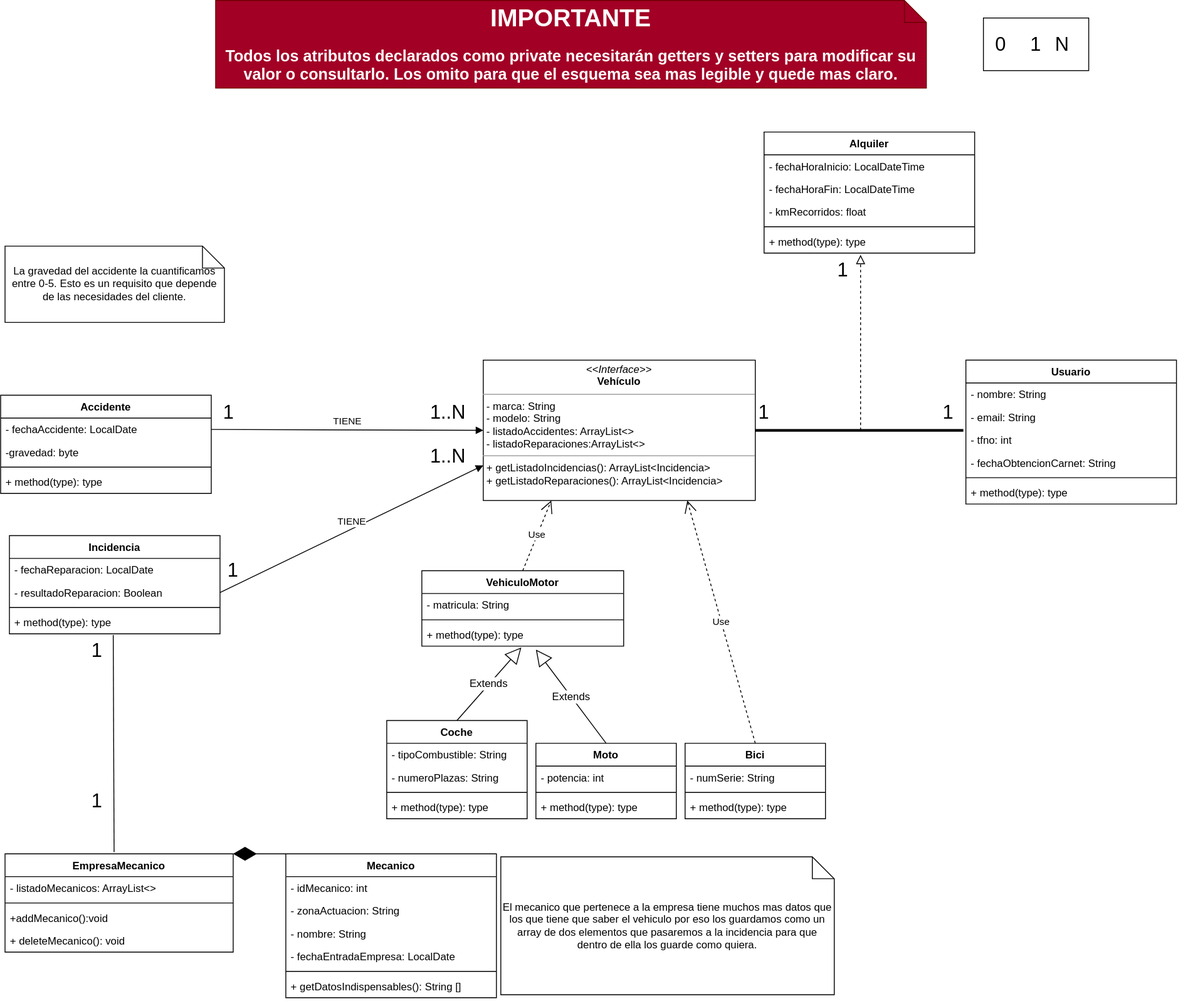
MateoCarballo/Contornos keeps this draw.io diagram as 02_Segundo Trimestre/Examen-Tercer_Trimestre/Ejercicio_01/Diagramas UML/UML-Ejercicio1-Parte1.drawio.svg. Above is the earlier version. Source tidied: cells renumbered, new cells last; positions are measured from the earlier drawing's top-left corner, leaving out a move shared by most shapes.
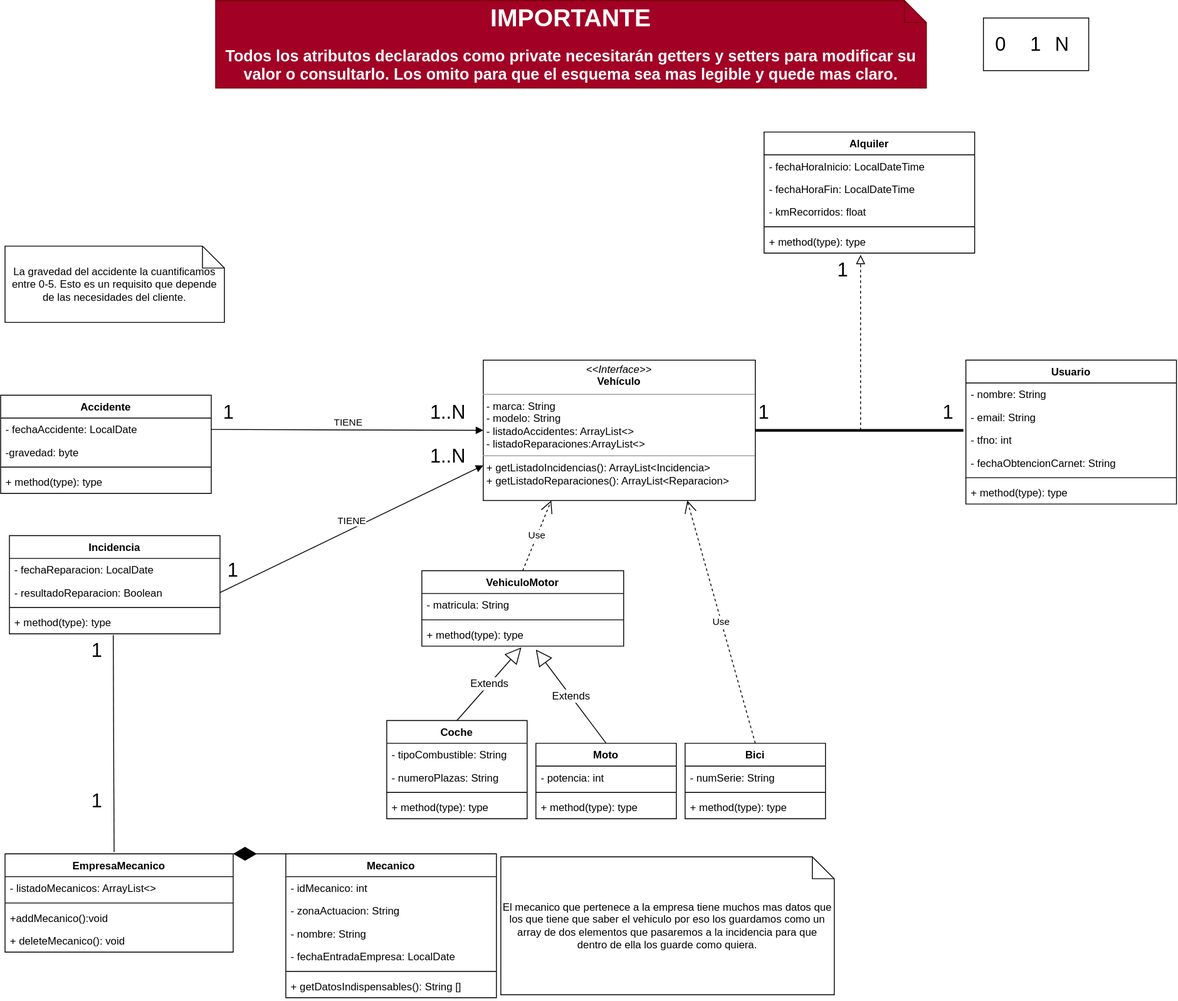
After the commit.

Change to the diagram source:
```diff
@@ -41,7 +41,7 @@
     <mxCell id="14" value="+ method(type): type" style="text;strokeColor=none;fillColor=none;align=left;verticalAlign=top;spacingLeft=4;spacingRight=4;overflow=hidden;" parent="11" vertex="1">
       <mxGeometry y="60" width="160" height="26" as="geometry" />
     </mxCell>
-    <mxCell id="15" value="&lt;p style=&quot;margin:0px;margin-top:4px;text-align:center;&quot;&gt;&lt;i&gt;&amp;lt;&amp;lt;Interface&amp;gt;&amp;gt;&lt;/i&gt;&lt;br&gt;&lt;b&gt;Vehículo&lt;/b&gt;&lt;/p&gt;&lt;hr size=&quot;1&quot;&gt;&lt;p style=&quot;margin:0px;margin-left:4px;&quot;&gt;- marca: String&lt;br&gt;- modelo: String&amp;nbsp;&lt;/p&gt;&lt;p style=&quot;margin:0px;margin-left:4px;&quot;&gt;- listadoAccidentes: ArrayList&amp;lt;&amp;gt;&lt;/p&gt;&lt;p style=&quot;margin:0px;margin-left:4px;&quot;&gt;- listadoReparaciones:ArrayList&amp;lt;&amp;gt;&lt;/p&gt;&lt;hr size=&quot;1&quot;&gt;&lt;p style=&quot;margin:0px;margin-left:4px;&quot;&gt;+ getListadoIncidencias(): ArrayList&amp;lt;Incidencia&amp;gt;&lt;br&gt;+ getListadoReparaciones(): ArrayList&amp;lt;Incidencia&amp;gt;&lt;br&gt;&lt;/p&gt;" style="verticalAlign=top;align=left;overflow=fill;fontSize=12;fontFamily=Helvetica;html=1;labelBackgroundColor=none;labelBorderColor=none;" parent="1" vertex="1">
+    <mxCell id="15" value="&lt;p style=&quot;margin:0px;margin-top:4px;text-align:center;&quot;&gt;&lt;i&gt;&amp;lt;&amp;lt;Interface&amp;gt;&amp;gt;&lt;/i&gt;&lt;br&gt;&lt;b&gt;Vehículo&lt;/b&gt;&lt;/p&gt;&lt;hr size=&quot;1&quot;&gt;&lt;p style=&quot;margin:0px;margin-left:4px;&quot;&gt;- marca: String&lt;br&gt;- modelo: String&amp;nbsp;&lt;/p&gt;&lt;p style=&quot;margin:0px;margin-left:4px;&quot;&gt;- listadoAccidentes: ArrayList&amp;lt;&amp;gt;&lt;/p&gt;&lt;p style=&quot;margin:0px;margin-left:4px;&quot;&gt;- listadoReparaciones:ArrayList&amp;lt;&amp;gt;&lt;/p&gt;&lt;hr size=&quot;1&quot;&gt;&lt;p style=&quot;margin:0px;margin-left:4px;&quot;&gt;+ getListadoIncidencias(): ArrayList&amp;lt;Incidencia&amp;gt;&lt;br&gt;+ getListadoReparaciones(): ArrayList&amp;lt;Reparacion&amp;gt;&lt;br&gt;&lt;/p&gt;" style="verticalAlign=top;align=left;overflow=fill;fontSize=12;fontFamily=Helvetica;html=1;labelBackgroundColor=none;labelBorderColor=none;" parent="1" vertex="1">
       <mxGeometry x="550" y="410" width="310" height="160" as="geometry" />
     </mxCell>
     <mxCell id="16" value="Usuario" style="swimlane;fontStyle=1;align=center;verticalAlign=top;horizontal=1;startSize=26;labelBackgroundColor=none;labelBorderColor=none;swimlaneFillColor=default;" parent="1" vertex="1">
```
